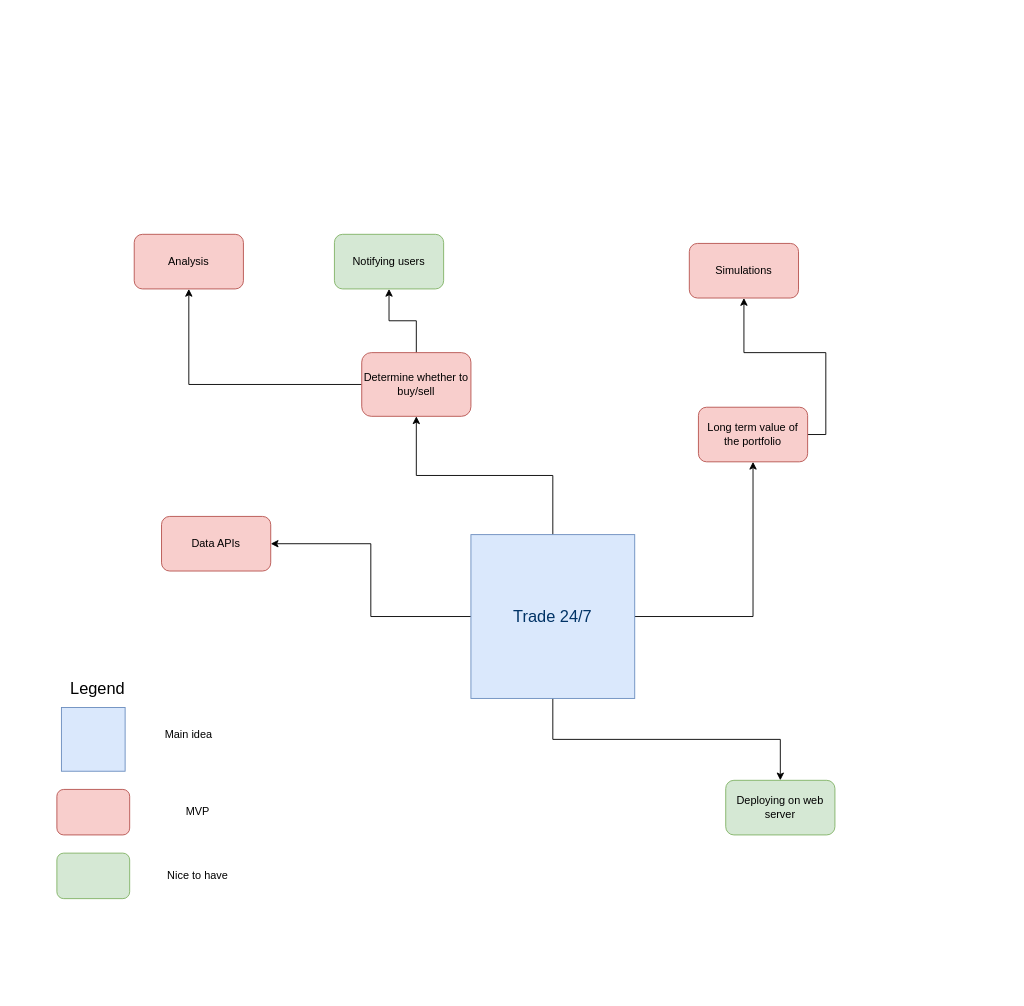
The draw.io diagram Trade 24-7.drawio in shahadh999/project_trade_24-7, before the edit. Source tidied: cells renumbered, new cells numbered last; positions are measured from the earlier drawing's top-left corner, leaving out a move shared by most shapes. Both pictures are drawn from the tidied source at 91%, with x=0, y=0 at pixel (34, 234).
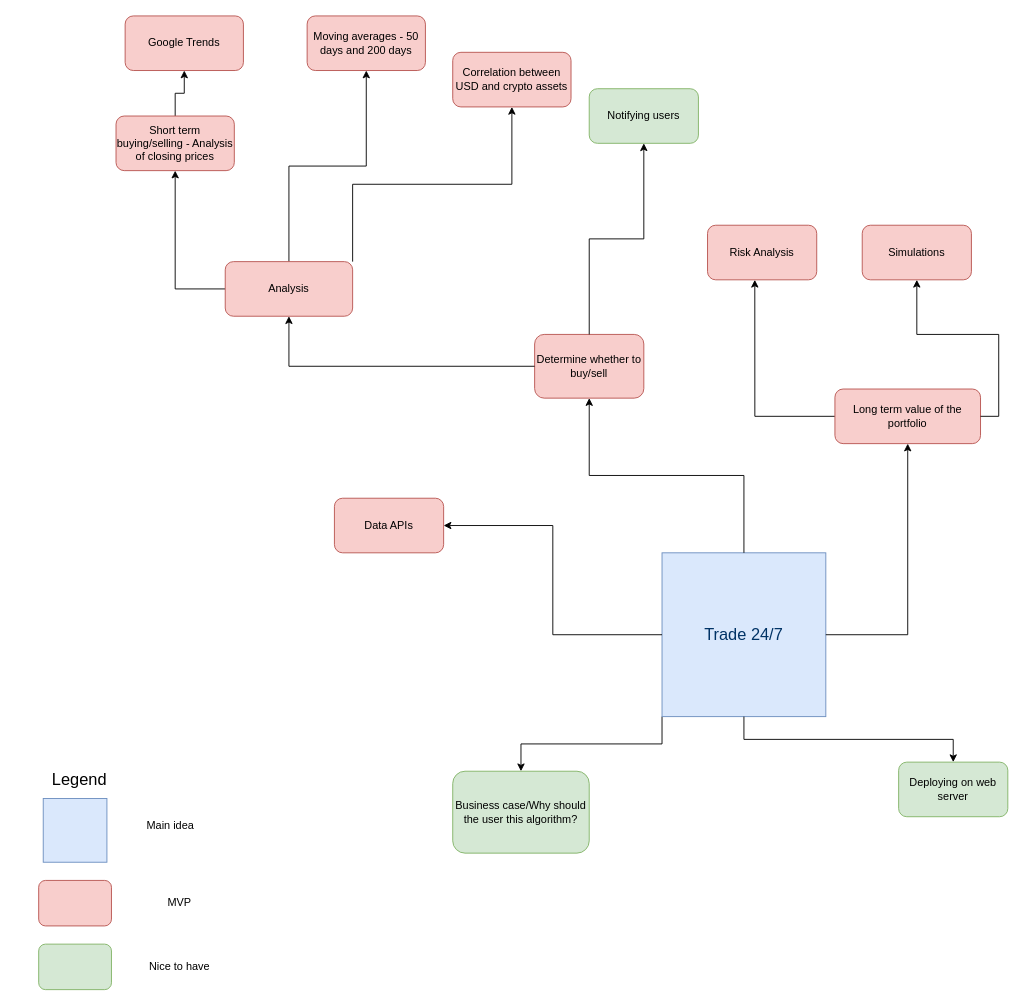
Above is the later version.

What changed in the source:
```diff
@@
-    <mxCell id="2" style="edgeStyle=orthogonalEdgeStyle;rounded=0;jettySize=auto;html=1;exitX=0;exitY=0.5;exitDx=0;exitDy=0;entryX=1;entryY=0.5;entryDx=0;entryDy=0;" parent="1" edge="1" source="6" target="7">
-      <mxGeometry relative="1" as="geometry" />
-    </mxCell>
-    <mxCell id="3" style="edgeStyle=orthogonalEdgeStyle;rounded=0;jettySize=auto;html=1;exitX=0.5;exitY=0;exitDx=0;exitDy=0;entryX=0.5;entryY=1;entryDx=0;entryDy=0;" parent="1" edge="1" source="6" target="10">
-      <mxGeometry relative="1" as="geometry" />
-    </mxCell>
-    <mxCell id="4" style="edgeStyle=orthogonalEdgeStyle;rounded=0;jettySize=auto;html=1;exitX=1;exitY=0.5;exitDx=0;exitDy=0;entryX=0.5;entryY=1;entryDx=0;entryDy=0;" parent="1" edge="1" source="6" target="12">
-      <mxGeometry relative="1" as="geometry" />
-    </mxCell>
-    <mxCell id="5" style="edgeStyle=orthogonalEdgeStyle;rounded=0;jettySize=auto;html=1;exitX=0.5;exitY=1;exitDx=0;exitDy=0;" parent="1" edge="1" source="6" target="23">
-      <mxGeometry relative="1" as="geometry" />
-    </mxCell>
-    <mxCell id="6" value="&lt;font color=&quot;#003366&quot; style=&quot;font-size: 18px&quot;&gt;Trade 24/7&lt;/font&gt;" style="whiteSpace=wrap;html=1;fillColor=#dae8fc;strokeColor=#6c8ebf;" parent="1" vertex="1">
-      <mxGeometry x="480" y="330" width="180" height="180" as="geometry" />
-    </mxCell>
-    <mxCell id="7" value="Data APIs" style="rounded=1;whiteSpace=wrap;html=1;fillColor=#f8cecc;strokeColor=#b85450;" parent="1" vertex="1">
-      <mxGeometry x="140" y="310" width="120" height="60" as="geometry" />
-    </mxCell>
-    <mxCell id="8" style="edgeStyle=orthogonalEdgeStyle;rounded=0;jettySize=auto;html=1;entryX=0.5;entryY=1;entryDx=0;entryDy=0;" parent="1" edge="1" source="10" target="13">
-      <mxGeometry relative="1" as="geometry" />
-    </mxCell>
-    <mxCell id="9" style="edgeStyle=orthogonalEdgeStyle;rounded=0;jettySize=auto;html=1;exitX=0;exitY=0.5;exitDx=0;exitDy=0;" parent="1" edge="1" source="10" target="15">
-      <mxGeometry relative="1" as="geometry" />
-    </mxCell>
-    <mxCell id="10" value="Determine whether to buy/sell" style="rounded=1;whiteSpace=wrap;html=1;fillColor=#f8cecc;strokeColor=#b85450;" parent="1" vertex="1">
-      <mxGeometry x="360" y="130" width="120" height="70" as="geometry" />
-    </mxCell>
-    <mxCell id="11" style="edgeStyle=orthogonalEdgeStyle;rounded=0;jettySize=auto;html=1;exitX=1;exitY=0.5;exitDx=0;exitDy=0;" parent="1" edge="1" source="12" target="14">
-      <mxGeometry relative="1" as="geometry" />
-    </mxCell>
-    <mxCell id="12" value="Long term value of the portfolio" style="rounded=1;whiteSpace=wrap;html=1;fillColor=#f8cecc;strokeColor=#b85450;" parent="1" vertex="1">
-      <mxGeometry x="730" y="190" width="120" height="60" as="geometry" />
-    </mxCell>
-    <mxCell id="13" value="Notifying users" style="rounded=1;whiteSpace=wrap;html=1;fillColor=#d5e8d4;strokeColor=#82b366;" parent="1" vertex="1">
-      <mxGeometry x="330" width="120" height="60" as="geometry" />
-    </mxCell>
-    <mxCell id="14" value="Simulations" style="rounded=1;whiteSpace=wrap;html=1;fillColor=#f8cecc;strokeColor=#b85450;" parent="1" vertex="1">
-      <mxGeometry x="720" y="10" width="120" height="60" as="geometry" />
-    </mxCell>
-    <mxCell id="15" value="Analysis" style="rounded=1;whiteSpace=wrap;html=1;fillColor=#f8cecc;strokeColor=#b85450;" parent="1" vertex="1">
-      <mxGeometry x="110" width="120" height="60" as="geometry" />
-    </mxCell>
+    <mxCell id="24" style="group;" parent="1" vertex="1">
+      <mxGeometry x="-20" y="570" width="230" height="260" as="geometry" />
+    </mxCell>
-    <mxCell id="16" value="&lt;font style=&quot;font-size: 18px&quot;&gt;Legend&lt;/font&gt;" style="text;html=1;strokeColor=none;fillColor=none;align=center;verticalAlign=middle;whiteSpace=wrap;rounded=0;" parent="1" vertex="1">
-      <mxGeometry y="470" width="140" height="60" as="geometry" />
+    <mxCell id="16" value="&lt;font style=&quot;font-size: 18px&quot;&gt;Legend&lt;/font&gt;" style="text;html=1;strokeColor=none;fillColor=none;align=center;verticalAlign=middle;whiteSpace=wrap;rounded=0;" parent="24" vertex="1">
+      <mxGeometry width="140" height="60" as="geometry" />
     </mxCell>
-    <mxCell id="17" style="whiteSpace=wrap;html=1;fillColor=#dae8fc;strokeColor=#6c8ebf;" parent="1" vertex="1">
-      <mxGeometry x="30" y="520" width="70" height="70" as="geometry" />
+    <mxCell id="17" style="whiteSpace=wrap;html=1;fillColor=#dae8fc;strokeColor=#6c8ebf;" parent="24" vertex="1">
+      <mxGeometry x="30" y="50" width="70" height="70" as="geometry" />
     </mxCell>
-    <mxCell id="18" value="Main idea" style="text;html=1;strokeColor=none;fillColor=none;align=center;verticalAlign=middle;whiteSpace=wrap;rounded=0;" parent="1" vertex="1">
-      <mxGeometry x="120" y="540" width="100" height="20" as="geometry" />
+    <mxCell id="18" value="Main idea" style="text;html=1;strokeColor=none;fillColor=none;align=center;verticalAlign=middle;whiteSpace=wrap;rounded=0;" parent="24" vertex="1">
+      <mxGeometry x="120" y="70" width="100" height="20" as="geometry" />
     </mxCell>
-    <mxCell id="19" style="rounded=1;whiteSpace=wrap;html=1;fillColor=#f8cecc;strokeColor=#b85450;" parent="1" vertex="1">
-      <mxGeometry x="25" y="610" width="80" height="50" as="geometry" />
+    <mxCell id="19" style="rounded=1;whiteSpace=wrap;html=1;fillColor=#f8cecc;strokeColor=#b85450;" parent="24" vertex="1">
+      <mxGeometry x="25" y="140" width="80" height="50" as="geometry" />
     </mxCell>
-    <mxCell id="20" value="MVP" style="text;html=1;strokeColor=none;fillColor=none;align=center;verticalAlign=middle;whiteSpace=wrap;rounded=0;" parent="1" vertex="1">
-      <mxGeometry x="130" y="625" width="100" height="20" as="geometry" />
+    <mxCell id="20" value="MVP" style="text;html=1;strokeColor=none;fillColor=none;align=center;verticalAlign=middle;whiteSpace=wrap;rounded=0;" parent="24" vertex="1">
+      <mxGeometry x="130" y="155" width="100" height="20" as="geometry" />
     </mxCell>
-    <mxCell id="21" style="rounded=1;whiteSpace=wrap;html=1;fillColor=#d5e8d4;strokeColor=#82b366;" parent="1" vertex="1">
-      <mxGeometry x="25" y="680" width="80" height="50" as="geometry" />
+    <mxCell id="21" style="rounded=1;whiteSpace=wrap;html=1;fillColor=#d5e8d4;strokeColor=#82b366;" parent="24" vertex="1">
+      <mxGeometry x="25" y="210" width="80" height="50" as="geometry" />
     </mxCell>
-    <mxCell id="22" value="Nice to have" style="text;html=1;strokeColor=none;fillColor=none;align=center;verticalAlign=middle;whiteSpace=wrap;rounded=0;" parent="1" vertex="1">
-      <mxGeometry x="130" y="695" width="100" height="20" as="geometry" />
+    <mxCell id="22" value="Nice to have" style="text;html=1;strokeColor=none;fillColor=none;align=center;verticalAlign=middle;whiteSpace=wrap;rounded=0;" parent="24" vertex="1">
+      <mxGeometry x="130" y="225" width="100" height="20" as="geometry" />
     </mxCell>
+    <mxCell id="25" style="edgeStyle=orthogonalEdgeStyle;rounded=0;jettySize=auto;html=1;exitX=0;exitY=1;exitDx=0;exitDy=0;entryX=0.5;entryY=0;entryDx=0;entryDy=0;" parent="1" edge="1" source="6" target="32">
+      <mxGeometry relative="1" as="geometry" />
+    </mxCell>
+    <mxCell id="6" value="&lt;font color=&quot;#003366&quot; style=&quot;font-size: 18px&quot;&gt;Trade 24/7&lt;/font&gt;" style="whiteSpace=wrap;html=1;fillColor=#dae8fc;strokeColor=#6c8ebf;" parent="1" vertex="1">
+      <mxGeometry x="690" y="350" width="180" height="180" as="geometry" />
+    </mxCell>
+    <mxCell id="7" value="Data APIs" style="rounded=1;whiteSpace=wrap;html=1;fillColor=#f8cecc;strokeColor=#b85450;" parent="1" vertex="1">
+      <mxGeometry x="330" y="290" width="120" height="60" as="geometry" />
+    </mxCell>
+    <mxCell id="2" style="edgeStyle=orthogonalEdgeStyle;rounded=0;jettySize=auto;html=1;exitX=0;exitY=0.5;exitDx=0;exitDy=0;entryX=1;entryY=0.5;entryDx=0;entryDy=0;" parent="1" edge="1" source="6" target="7">
+      <mxGeometry x="310" y="30" as="geometry" />
+    </mxCell>
+    <mxCell id="10" value="Determine whether to buy/sell" style="rounded=1;whiteSpace=wrap;html=1;fillColor=#f8cecc;strokeColor=#b85450;" parent="1" vertex="1">
+      <mxGeometry x="550" y="110" width="120" height="70" as="geometry" />
+    </mxCell>
+    <mxCell id="3" style="edgeStyle=orthogonalEdgeStyle;rounded=0;jettySize=auto;html=1;exitX=0.5;exitY=0;exitDx=0;exitDy=0;entryX=0.5;entryY=1;entryDx=0;entryDy=0;" parent="1" edge="1" source="6" target="10">
+      <mxGeometry x="310" y="30" as="geometry" />
+    </mxCell>
+    <mxCell id="26" style="edgeStyle=orthogonalEdgeStyle;rounded=0;jettySize=auto;html=1;entryX=0.433;entryY=1;entryDx=0;entryDy=0;entryPerimeter=0;" parent="1" edge="1" source="12" target="35">
+      <mxGeometry relative="1" as="geometry" />
+    </mxCell>
+    <mxCell id="12" value="Long term value of the portfolio" style="rounded=1;whiteSpace=wrap;html=1;fillColor=#f8cecc;strokeColor=#b85450;" parent="1" vertex="1">
+      <mxGeometry x="880" y="170" width="160" height="60" as="geometry" />
+    </mxCell>
+    <mxCell id="4" style="edgeStyle=orthogonalEdgeStyle;rounded=0;jettySize=auto;html=1;exitX=1;exitY=0.5;exitDx=0;exitDy=0;entryX=0.5;entryY=1;entryDx=0;entryDy=0;" parent="1" edge="1" source="6" target="12">
+      <mxGeometry x="310" y="30" as="geometry" />
+    </mxCell>
+    <mxCell id="13" value="Notifying users" style="rounded=1;whiteSpace=wrap;html=1;fillColor=#d5e8d4;strokeColor=#82b366;" parent="1" vertex="1">
+      <mxGeometry x="610" y="-160" width="120" height="60" as="geometry" />
+    </mxCell>
+    <mxCell id="8" style="edgeStyle=orthogonalEdgeStyle;rounded=0;jettySize=auto;html=1;entryX=0.5;entryY=1;entryDx=0;entryDy=0;" parent="1" edge="1" source="10" target="13">
+      <mxGeometry x="310" y="30" as="geometry" />
+    </mxCell>
+    <mxCell id="14" value="Simulations" style="rounded=1;whiteSpace=wrap;html=1;fillColor=#f8cecc;strokeColor=#b85450;" parent="1" vertex="1">
+      <mxGeometry x="910" y="-10" width="120" height="60" as="geometry" />
+    </mxCell>
+    <mxCell id="11" style="edgeStyle=orthogonalEdgeStyle;rounded=0;jettySize=auto;html=1;exitX=1;exitY=0.5;exitDx=0;exitDy=0;" parent="1" edge="1" source="12" target="14">
+      <mxGeometry x="310" y="30" as="geometry" />
+    </mxCell>
+    <mxCell id="27" style="edgeStyle=orthogonalEdgeStyle;rounded=0;jettySize=auto;html=1;exitX=0;exitY=0.5;exitDx=0;exitDy=0;entryX=0.5;entryY=1;entryDx=0;entryDy=0;" parent="1" edge="1" source="15" target="31">
+      <mxGeometry relative="1" as="geometry" />
+    </mxCell>
+    <mxCell id="28" style="edgeStyle=orthogonalEdgeStyle;rounded=0;jettySize=auto;html=1;exitX=0.5;exitY=0;exitDx=0;exitDy=0;entryX=0.5;entryY=1;entryDx=0;entryDy=0;" parent="1" edge="1" source="15" target="34">
+      <mxGeometry relative="1" as="geometry" />
+    </mxCell>
+    <mxCell id="29" style="edgeStyle=orthogonalEdgeStyle;rounded=0;jettySize=auto;html=1;exitX=1;exitY=0;exitDx=0;exitDy=0;" parent="1" edge="1" source="15" target="36">
+      <mxGeometry relative="1" as="geometry" />
+    </mxCell>
+    <mxCell id="15" value="Analysis" style="rounded=1;whiteSpace=wrap;html=1;fillColor=#f8cecc;strokeColor=#b85450;" parent="1" vertex="1">
+      <mxGeometry x="210" y="30" width="140" height="60" as="geometry" />
+    </mxCell>
+    <mxCell id="9" style="edgeStyle=orthogonalEdgeStyle;rounded=0;jettySize=auto;html=1;exitX=0;exitY=0.5;exitDx=0;exitDy=0;" parent="1" edge="1" source="10" target="15">
+      <mxGeometry x="310" y="30" as="geometry" />
+    </mxCell>
     <mxCell id="23" value="Deploying on web server" style="rounded=1;whiteSpace=wrap;html=1;fillColor=#d5e8d4;strokeColor=#82b366;" parent="1" vertex="1">
-      <mxGeometry x="760" y="600" width="120" height="60" as="geometry" />
+      <mxGeometry x="950" y="580" width="120" height="60" as="geometry" />
     </mxCell>
+    <mxCell id="5" style="edgeStyle=orthogonalEdgeStyle;rounded=0;jettySize=auto;html=1;exitX=0.5;exitY=1;exitDx=0;exitDy=0;" parent="1" edge="1" source="6" target="23">
+      <mxGeometry x="310" y="30" as="geometry" />
+    </mxCell>
+    <mxCell id="30" style="edgeStyle=orthogonalEdgeStyle;rounded=0;jettySize=auto;html=1;exitX=0.5;exitY=0;exitDx=0;exitDy=0;entryX=0.5;entryY=1;entryDx=0;entryDy=0;" parent="1" edge="1" source="31" target="33">
+      <mxGeometry relative="1" as="geometry" />
+    </mxCell>
+    <mxCell id="31" value="Short term buying/selling - Analysis of closing prices" style="rounded=1;whiteSpace=wrap;html=1;fillColor=#f8cecc;strokeColor=#b85450;" parent="1" vertex="1">
+      <mxGeometry x="90" y="-130" width="130" height="60" as="geometry" />
+    </mxCell>
+    <mxCell id="32" value="Business case/Why should the user this algorithm?" style="rounded=1;whiteSpace=wrap;html=1;fillColor=#d5e8d4;strokeColor=#82b366;" parent="1" vertex="1">
+      <mxGeometry x="460" y="590" width="150" height="90" as="geometry" />
+    </mxCell>
+    <mxCell id="33" value="Google Trends" style="rounded=1;whiteSpace=wrap;html=1;fillColor=#f8cecc;strokeColor=#b85450;" parent="1" vertex="1">
+      <mxGeometry x="100" y="-240" width="130" height="60" as="geometry" />
+    </mxCell>
+    <mxCell id="34" value="Moving averages - 50 days and 200 days" style="rounded=1;whiteSpace=wrap;html=1;fillColor=#f8cecc;strokeColor=#b85450;" parent="1" vertex="1">
+      <mxGeometry x="300" y="-240" width="130" height="60" as="geometry" />
+    </mxCell>
+    <mxCell id="35" value="Risk Analysis" style="rounded=1;whiteSpace=wrap;html=1;fillColor=#f8cecc;strokeColor=#b85450;" parent="1" vertex="1">
+      <mxGeometry x="740" y="-10" width="120" height="60" as="geometry" />
+    </mxCell>
+    <mxCell id="36" value="Correlation between USD and crypto assets" style="rounded=1;whiteSpace=wrap;html=1;fillColor=#f8cecc;strokeColor=#b85450;" parent="1" vertex="1">
+      <mxGeometry x="460" y="-200" width="130" height="60" as="geometry" />
+    </mxCell>
```
